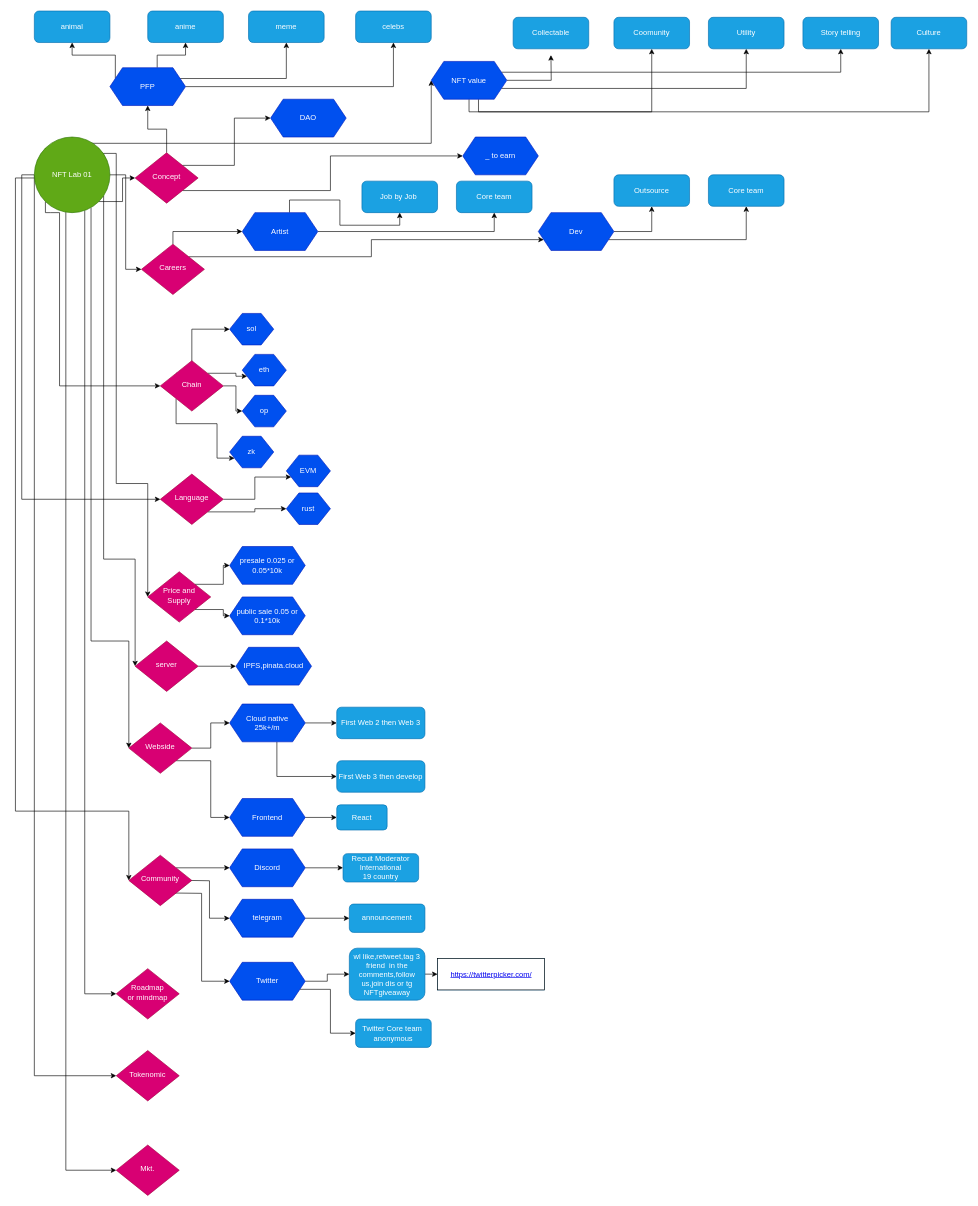
This is Untitled Diagram.drawio from thanathonh/thanathonh, a draw.io file, before an edit. Source tidied: cells renumbered, new cells numbered last; positions are measured from the earlier drawing's top-left corner, leaving out a move shared by most shapes. Both pictures are drawn from the tidied source at 63%, with x=0, y=0 at pixel (15, 11).
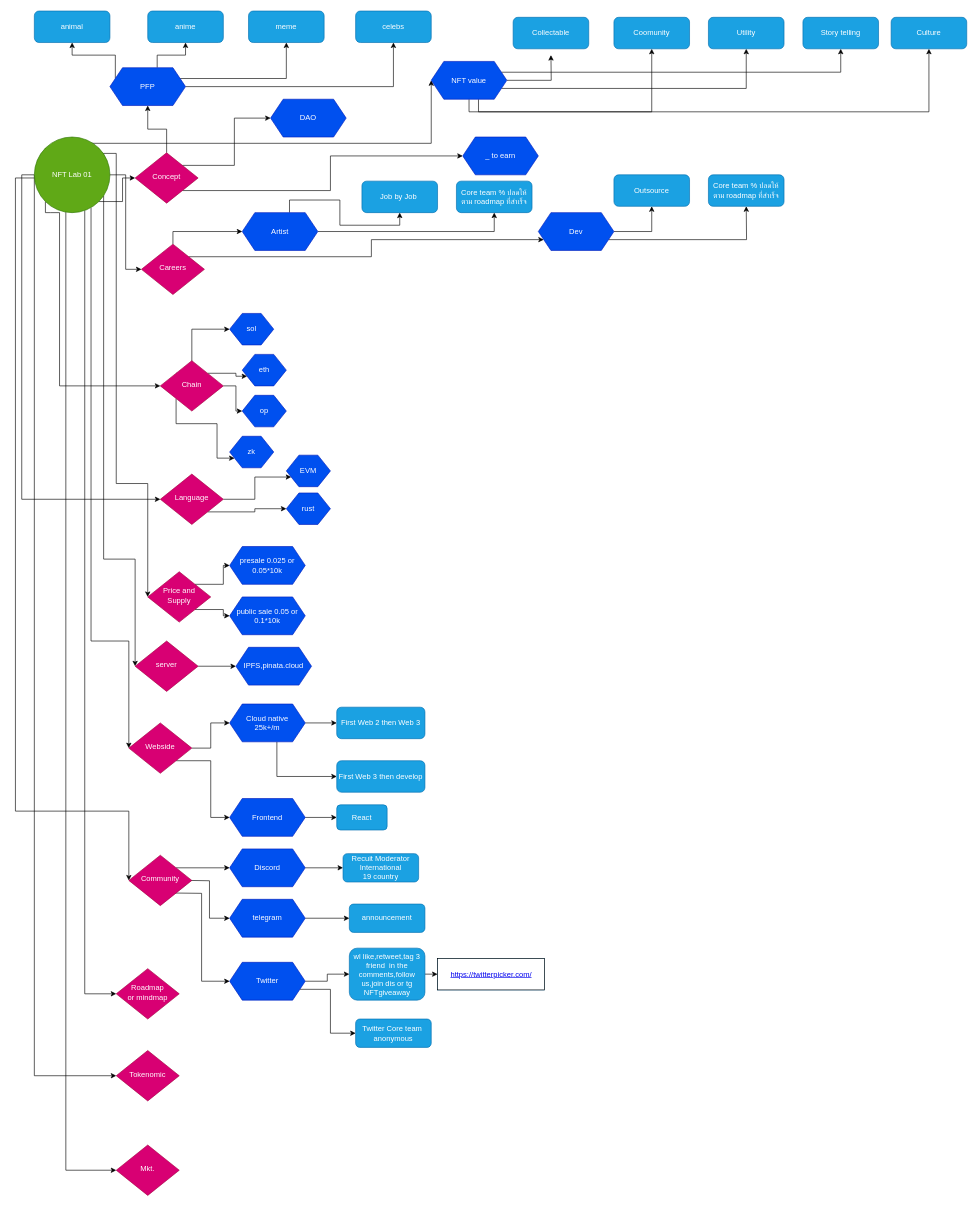
Above is the later version.

Unchanged cells that the change refers to:
```xml
<mxCell id="107" value="Dev" style="shape=hexagon;perimeter=hexagonPerimeter2;whiteSpace=wrap;html=1;fixedSize=1;fillColor=#0050ef;fontColor=#ffffff;strokeColor=#001DBC;" parent="1" vertex="1">
  <mxGeometry x="830" y="320" width="120" height="60" as="geometry" />
</mxCell>
```

The edit, as a diff of the source:
```diff
@@
-    <mxCell id="85" value="Core team" style="rounded=1;whiteSpace=wrap;html=1;fillColor=#1ba1e2;fontColor=#ffffff;strokeColor=#006EAF;" parent="1" vertex="1">
+    <mxCell id="85" value="Core team % ปลดให้ตาม roadmap ที่สำเร็จ" style="rounded=1;whiteSpace=wrap;html=1;fillColor=#1ba1e2;fontColor=#ffffff;strokeColor=#006EAF;" parent="1" vertex="1">
       <mxGeometry x="700" y="270" width="120" height="50" as="geometry" />
     </mxCell>
@@
-    <mxCell id="106" style="edgeStyle=orthogonalEdgeStyle;rounded=0;jettySize=auto;html=1;exitX=1;exitY=0.75;exitDx=0;exitDy=0;entryX=0.5;entryY=1;entryDx=0;entryDy=0;" parent="1" edge="1" source="107" target="109">
-      <mxGeometry relative="1" as="geometry" />
+    <mxCell id="106" style="edgeStyle=orthogonalEdgeStyle;rounded=0;jettySize=auto;html=1;exitX=1;exitY=0.75;exitDx=0;exitDy=0;entryX=0.5;entryY=1;entryDx=0;entryDy=0;" parent="1" edge="1" source="107">
+      <mxGeometry relative="1" as="geometry">
+        <mxPoint x="1160" y="310" as="targetPoint" />
+      </mxGeometry>
     </mxCell>
@@
-    <mxCell id="109" value="Core team" style="rounded=1;whiteSpace=wrap;html=1;fillColor=#1ba1e2;fontColor=#ffffff;strokeColor=#006EAF;" parent="1" vertex="1">
-      <mxGeometry x="1100" y="260" width="120" height="50" as="geometry" />
-    </mxCell>
+    <mxCell id="110" value="Core team % ปลดให้ตาม roadmap ที่สำเร็จ" style="rounded=1;whiteSpace=wrap;html=1;fillColor=#1ba1e2;fontColor=#ffffff;strokeColor=#006EAF;" parent="1" vertex="1">
+      <mxGeometry x="1100" y="260" width="120" height="50" as="geometry" />
+    </mxCell>
```
